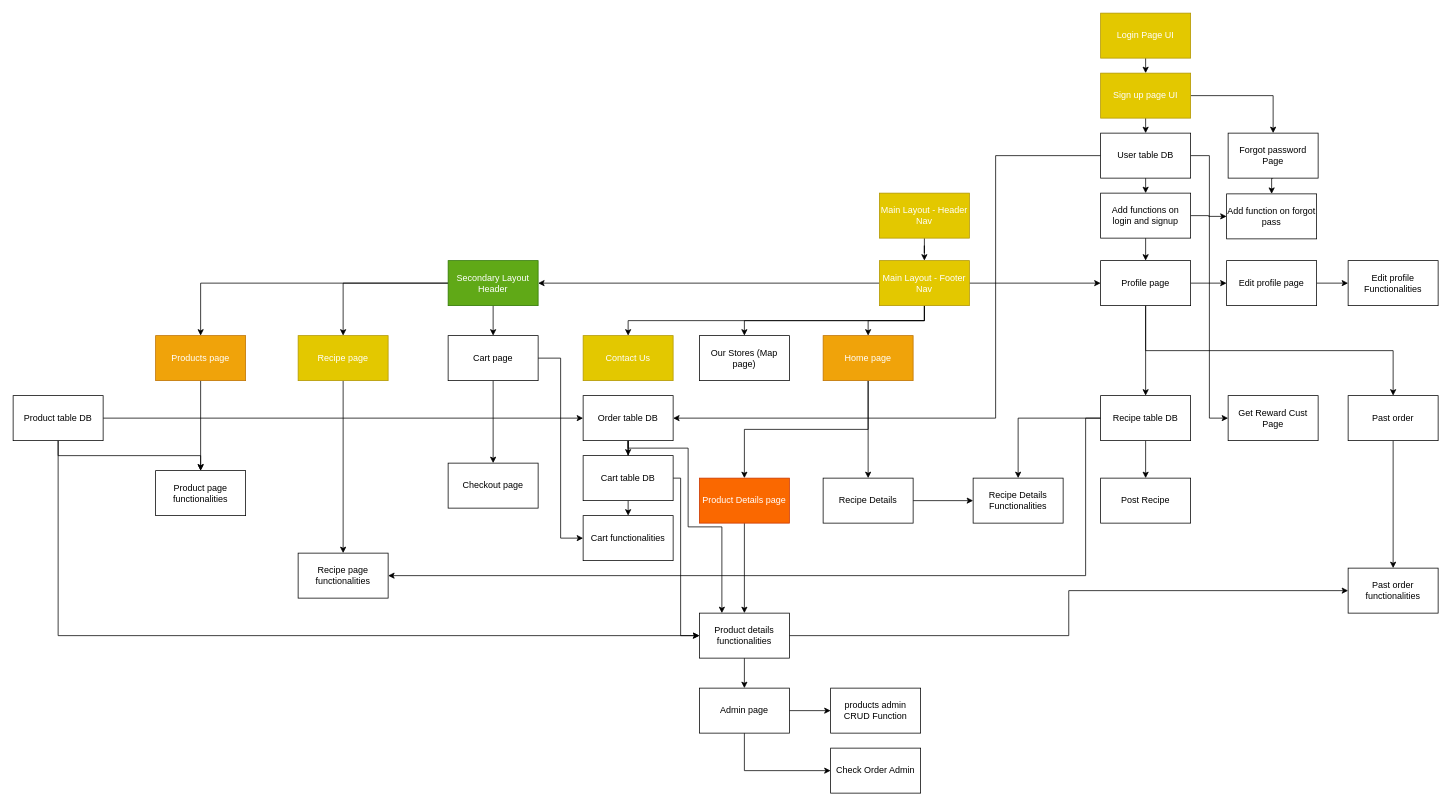
Above: Untitled Diagram.drawio in Wavergg/721SoftwareEngineering (draw.io), before the change. Source tidied: cells renumbered, new cells numbered last; positions are measured from the earlier drawing's top-left corner, leaving out a move shared by most shapes. Both pictures are drawn from the tidied source at 75%, with x=0, y=0 at pixel (13, 13).
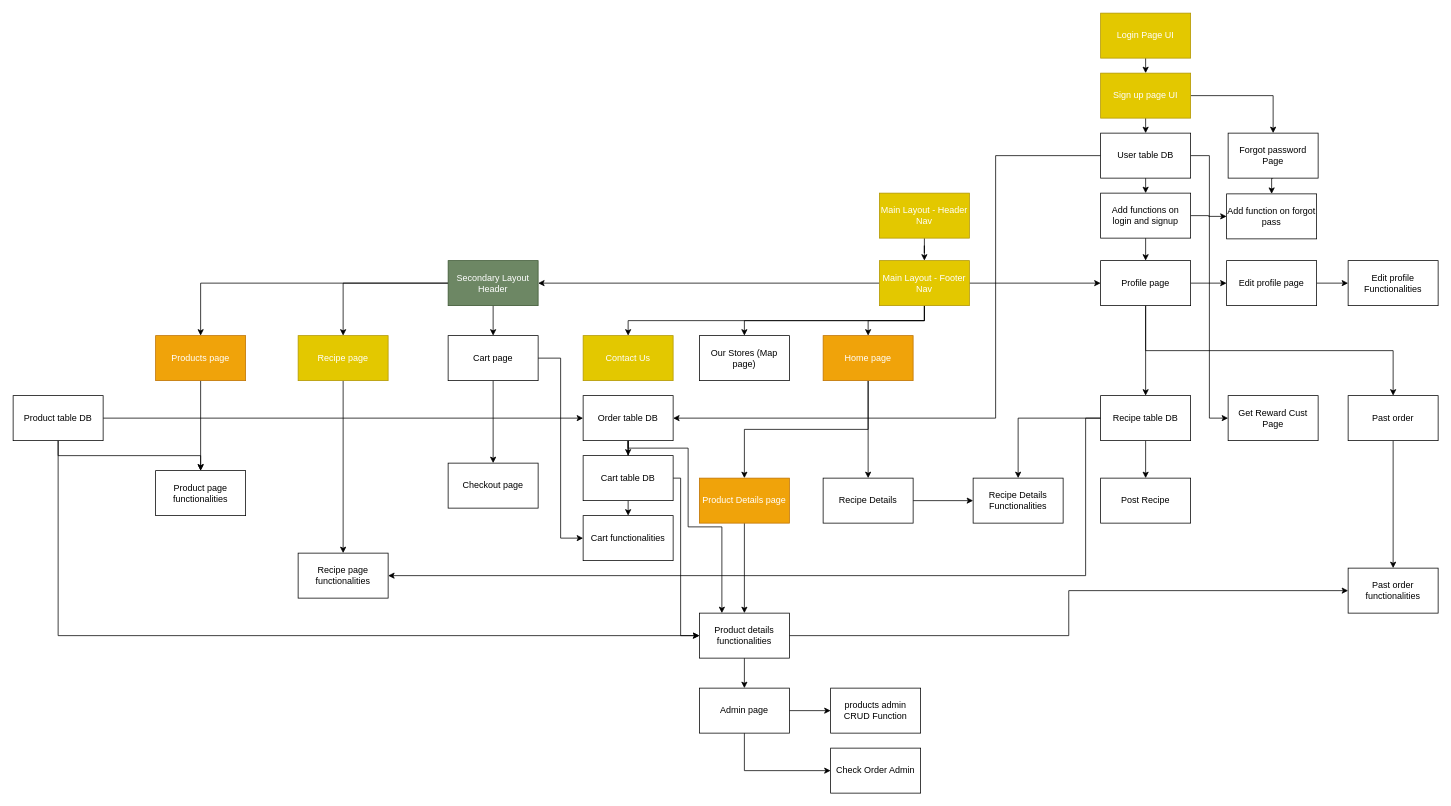
The same diagram, later.

Change to the diagram source:
```diff
@@
-    <mxCell id="43" value="Secondary Layout Header" style="rounded=0;whiteSpace=wrap;html=1;fillColor=#60a917;strokeColor=#2D7600;fontColor=#ffffff;" parent="1" vertex="1">
+    <mxCell id="43" value="Secondary Layout Header" style="rounded=0;whiteSpace=wrap;html=1;fillColor=#6d8764;strokeColor=#3A5431;fontColor=#ffffff;" parent="1" vertex="1">
       <mxGeometry x="580" y="330" width="120" height="60" as="geometry" />
     </mxCell>
@@
-    <mxCell id="59" value="Product Details page" style="rounded=0;whiteSpace=wrap;html=1;fillColor=#fa6800;strokeColor=#C73500;fontColor=#ffffff;" parent="1" vertex="1">
+    <mxCell id="59" value="Product Details page" style="rounded=0;whiteSpace=wrap;html=1;fillColor=#f0a30a;strokeColor=#BD7000;fontColor=#ffffff;" parent="1" vertex="1">
       <mxGeometry x="915" y="620" width="120" height="60" as="geometry" />
     </mxCell>
```
